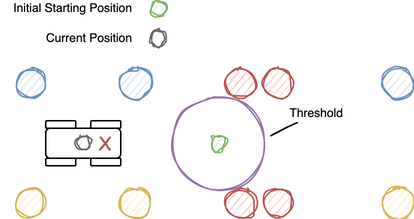
Beomar97/path-planning-docs keeps this draw.io diagram as img/Path_Planner_Start_Finish_Detector_1.png. Above is the earlier version. Source tidied: cells renumbered, new cells last; positions are measured from the earlier drawing's top-left corner, leaving out a move shared by most shapes.
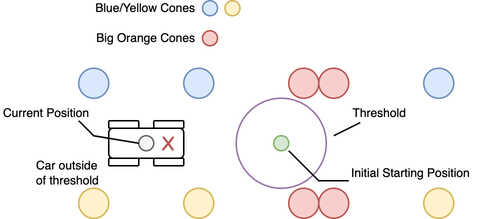
After the change.

Change to the diagram source:
```diff
@@ -2,35 +2,35 @@
   <root>
     <mxCell id="0" />
     <mxCell id="1" parent="0" />
-    <mxCell id="2" style="ellipse;whiteSpace=wrap;html=1;sketch=1;fillColor=#dae8fc;strokeColor=#6c8ebf;fontFamily=Helvetica;" parent="1" vertex="1">
-      <mxGeometry x="255" y="45" width="20" height="20" as="geometry" />
+    <mxCell id="2" style="ellipse;whiteSpace=wrap;html=1;sketch=0;fillColor=none;strokeColor=#9673a6;fontFamily=Helvetica;" parent="1" vertex="1">
+      <mxGeometry x="115" y="65" width="60" height="60" as="geometry" />
     </mxCell>
-    <mxCell id="3" style="ellipse;whiteSpace=wrap;html=1;sketch=1;fillColor=#fff2cc;strokeColor=#d6b656;fontFamily=Helvetica;" parent="1" vertex="1">
-      <mxGeometry x="255" y="125" width="20" height="20" as="geometry" />
+    <mxCell id="3" style="ellipse;whiteSpace=wrap;html=1;sketch=0;fillColor=#dae8fc;strokeColor=#6c8ebf;fontFamily=Helvetica;" parent="1" vertex="1">
+      <mxGeometry x="240" y="45" width="20" height="20" as="geometry" />
     </mxCell>
-    <mxCell id="4" style="ellipse;whiteSpace=wrap;html=1;sketch=1;fillColor=#f8cecc;strokeColor=#b85450;fontFamily=Helvetica;" parent="1" vertex="1">
-      <mxGeometry x="175" y="45" width="20" height="20" as="geometry" />
+    <mxCell id="4" style="ellipse;whiteSpace=wrap;html=1;sketch=0;fillColor=#fff2cc;strokeColor=#d6b656;fontFamily=Helvetica;" parent="1" vertex="1">
+      <mxGeometry x="240" y="125" width="20" height="20" as="geometry" />
     </mxCell>
-    <mxCell id="5" style="ellipse;whiteSpace=wrap;html=1;sketch=1;fillColor=#f8cecc;strokeColor=#b85450;fontFamily=Helvetica;" parent="1" vertex="1">
-      <mxGeometry x="175" y="125" width="20" height="20" as="geometry" />
+    <mxCell id="5" style="ellipse;whiteSpace=wrap;html=1;sketch=0;fillColor=#f8cecc;strokeColor=#b85450;fontFamily=Helvetica;" parent="1" vertex="1">
+      <mxGeometry x="170" y="45" width="20" height="20" as="geometry" />
     </mxCell>
-    <mxCell id="6" style="ellipse;whiteSpace=wrap;html=1;sketch=1;fillColor=#f8cecc;strokeColor=#b85450;fontFamily=Helvetica;" parent="1" vertex="1">
-      <mxGeometry x="150" y="45" width="20" height="20" as="geometry" />
+    <mxCell id="6" style="ellipse;whiteSpace=wrap;html=1;sketch=0;fillColor=#f8cecc;strokeColor=#b85450;fontFamily=Helvetica;" parent="1" vertex="1">
+      <mxGeometry x="170" y="125" width="20" height="20" as="geometry" />
     </mxCell>
-    <mxCell id="7" style="ellipse;whiteSpace=wrap;html=1;sketch=1;fillColor=#f8cecc;strokeColor=#b85450;fontFamily=Helvetica;" parent="1" vertex="1">
-      <mxGeometry x="150" y="125" width="20" height="20" as="geometry" />
+    <mxCell id="7" style="ellipse;whiteSpace=wrap;html=1;sketch=0;fillColor=#f8cecc;strokeColor=#b85450;fontFamily=Helvetica;" parent="1" vertex="1">
+      <mxGeometry x="150" y="45" width="20" height="20" as="geometry" />
     </mxCell>
-    <mxCell id="8" style="ellipse;whiteSpace=wrap;html=1;sketch=1;fillColor=#dae8fc;strokeColor=#6c8ebf;fontFamily=Helvetica;" parent="1" vertex="1">
-      <mxGeometry x="80" y="45" width="20" height="20" as="geometry" />
+    <mxCell id="8" style="ellipse;whiteSpace=wrap;html=1;sketch=0;fillColor=#f8cecc;strokeColor=#b85450;fontFamily=Helvetica;" parent="1" vertex="1">
+      <mxGeometry x="150" y="125" width="20" height="20" as="geometry" />
     </mxCell>
-    <mxCell id="9" style="ellipse;whiteSpace=wrap;html=1;sketch=1;fillColor=#fff2cc;strokeColor=#d6b656;fontFamily=Helvetica;" parent="1" vertex="1">
-      <mxGeometry x="80" y="125" width="20" height="20" as="geometry" />
+    <mxCell id="9" style="ellipse;whiteSpace=wrap;html=1;sketch=0;fillColor=#dae8fc;strokeColor=#6c8ebf;fontFamily=Helvetica;" parent="1" vertex="1">
+      <mxGeometry x="80" y="45" width="20" height="20" as="geometry" />
     </mxCell>
-    <mxCell id="10" style="ellipse;whiteSpace=wrap;html=1;sketch=1;fillColor=#d5e8d4;strokeColor=#82b366;fontFamily=Helvetica;" parent="1" vertex="1">
-      <mxGeometry x="140" y="90" width="10" height="10" as="geometry" />
+    <mxCell id="10" style="ellipse;whiteSpace=wrap;html=1;sketch=0;fillColor=#fff2cc;strokeColor=#d6b656;fontFamily=Helvetica;" parent="1" vertex="1">
+      <mxGeometry x="80" y="125" width="20" height="20" as="geometry" />
     </mxCell>
-    <mxCell id="11" style="ellipse;whiteSpace=wrap;html=1;sketch=1;fillColor=none;strokeColor=#9673a6;fontFamily=Helvetica;" parent="1" vertex="1">
-      <mxGeometry x="115" y="65" width="60" height="60" as="geometry" />
+    <mxCell id="11" style="ellipse;whiteSpace=wrap;html=1;sketch=0;fillColor=#d5e8d4;strokeColor=#82b366;fontFamily=Helvetica;" parent="1" vertex="1">
+      <mxGeometry x="140" y="90" width="10" height="10" as="geometry" />
     </mxCell>
     <mxCell id="12" style="group;" parent="1" vertex="1">
       <mxGeometry x="30" y="80" width="50" height="30" as="geometry" />
@@ -50,37 +50,64 @@
     <mxCell id="17" style="rounded=1;whiteSpace=wrap;html=1;fillColor=none;" parent="12" vertex="1">
       <mxGeometry x="30" y="25" width="20" height="5" as="geometry" />
     </mxCell>
-    <mxCell id="18" style="ellipse;whiteSpace=wrap;html=1;sketch=1;fillColor=#f5f5f5;strokeColor=#666666;fontFamily=Helvetica;fontColor=#333333;" parent="12" vertex="1">
+    <mxCell id="18" style="ellipse;whiteSpace=wrap;html=1;sketch=0;fillColor=#f5f5f5;strokeColor=#666666;fontFamily=Helvetica;fontColor=#333333;" parent="12" vertex="1">
       <mxGeometry x="20" y="10" width="10" height="10" as="geometry" />
     </mxCell>
     <mxCell id="19" value="X" style="text;html=1;strokeColor=none;fillColor=none;align=center;verticalAlign=middle;whiteSpace=wrap;rounded=0;labelBackgroundColor=none;sketch=1;fontFamily=Comic Sans MS;fontColor=#B85450;" parent="12" vertex="1">
       <mxGeometry x="30" y="10" width="20" height="10" as="geometry" />
     </mxCell>
-    <mxCell id="20" style="ellipse;whiteSpace=wrap;html=1;sketch=1;fillColor=#dae8fc;strokeColor=#6c8ebf;fontFamily=Helvetica;" parent="1" vertex="1">
-      <mxGeometry x="10" y="45" width="20" height="20" as="geometry" />
+    <mxCell id="20" style="endArrow=none;html=1;rounded=0;sketch=0;exitX=0.583;exitY=0.583;exitDx=0;exitDy=0;exitPerimeter=0;entryX=0.4;entryY=0.5;entryDx=0;entryDy=0;entryPerimeter=0;" parent="12" edge="1" target="13">
+      <mxGeometry relative="1" as="geometry">
+        <mxPoint x="-20" as="sourcePoint" />
+        <Array as="points">
+          <mxPoint x="-10" y="10" />
+        </Array>
+      </mxGeometry>
     </mxCell>
-    <mxCell id="21" style="ellipse;whiteSpace=wrap;html=1;sketch=1;fillColor=#fff2cc;strokeColor=#d6b656;fontFamily=Helvetica;" parent="1" vertex="1">
-      <mxGeometry x="10" y="125" width="20" height="20" as="geometry" />
+    <mxCell id="21" style="ellipse;whiteSpace=wrap;html=1;sketch=0;fillColor=#dae8fc;strokeColor=#6c8ebf;fontFamily=Helvetica;" parent="1" vertex="1">
+      <mxGeometry x="10" y="45" width="20" height="20" as="geometry" />
     </mxCell>
-    <mxCell id="22" value="Initial Starting Position" style="text;html=1;strokeColor=none;fillColor=none;align=right;verticalAlign=middle;whiteSpace=wrap;rounded=0;fontFamily=Helvetica;fontSize=8;" parent="1" vertex="1">
-      <mxGeometry width="90" height="10" as="geometry" />
+    <mxCell id="22" style="ellipse;whiteSpace=wrap;html=1;sketch=0;fillColor=#fff2cc;strokeColor=#d6b656;fontFamily=Helvetica;" parent="1" vertex="1">
+      <mxGeometry x="10" y="125" width="20" height="20" as="geometry" />
     </mxCell>
-    <mxCell id="23" value="Current Position" style="text;html=1;strokeColor=none;fillColor=none;align=right;verticalAlign=middle;whiteSpace=wrap;rounded=0;fontFamily=Helvetica;fontSize=8;" parent="1" vertex="1">
-      <mxGeometry y="20" width="90" height="10" as="geometry" />
+    <mxCell id="23" value="Blue/Yellow Cones" style="text;html=1;strokeColor=none;fillColor=none;align=right;verticalAlign=middle;whiteSpace=wrap;rounded=0;fontFamily=Helvetica;fontSize=8;" parent="1" vertex="1">
+      <mxGeometry width="90" height="10" as="geometry" />
     </mxCell>
-    <mxCell id="24" style="ellipse;whiteSpace=wrap;html=1;sketch=1;fillColor=#f5f5f5;strokeColor=#666666;fontFamily=Helvetica;fontColor=#333333;" parent="1" vertex="1">
-      <mxGeometry x="100" y="20" width="10" height="10" as="geometry" />
+    <mxCell id="24" value="Big Orange Cones" style="text;html=1;strokeColor=none;fillColor=none;align=right;verticalAlign=middle;whiteSpace=wrap;rounded=0;fontFamily=Helvetica;fontSize=8;" parent="1" vertex="1">
+      <mxGeometry y="20" width="90" height="10" as="geometry" />
     </mxCell>
-    <mxCell id="25" style="ellipse;whiteSpace=wrap;html=1;sketch=1;fillColor=#d5e8d4;strokeColor=#82b366;fontFamily=Helvetica;" parent="1" vertex="1">
-      <mxGeometry x="100" width="10" height="10" as="geometry" />
+    <mxCell id="25" style="ellipse;whiteSpace=wrap;html=1;sketch=0;fillColor=#fff2cc;strokeColor=#d6b656;fontFamily=Helvetica;" parent="1" vertex="1">
+      <mxGeometry x="107.5" width="10" height="10" as="geometry" />
     </mxCell>
-    <mxCell id="26" value="Threshold" style="text;html=1;strokeColor=none;fillColor=none;align=left;verticalAlign=middle;whiteSpace=wrap;rounded=0;fontFamily=Helvetica;fontSize=8;" parent="1" vertex="1">
-      <mxGeometry x="191.5" y="70" width="50" height="10" as="geometry" />
+    <mxCell id="26" style="ellipse;whiteSpace=wrap;html=1;sketch=0;fillColor=#dae8fc;strokeColor=#6c8ebf;fontFamily=Helvetica;" parent="1" vertex="1">
+      <mxGeometry x="92.5" width="10" height="10" as="geometry" />
     </mxCell>
-    <mxCell id="27" style="endArrow=none;html=1;rounded=0;sketch=1;entryX=0.123;entryY=1.124;entryDx=0;entryDy=0;entryPerimeter=0;" parent="1" edge="1" target="26">
-      <mxGeometry relative="1" as="geometry">
-        <mxPoint x="180" y="90" as="sourcePoint" />
-      </mxGeometry>
+    <mxCell id="27" value="Threshold" style="text;html=1;strokeColor=none;fillColor=none;align=left;verticalAlign=middle;whiteSpace=wrap;rounded=0;fontFamily=Helvetica;fontSize=8;" parent="1" vertex="1">
+      <mxGeometry x="191.5" y="70" width="50" height="10" as="geometry" />
     </mxCell>
+    <mxCell id="28" style="endArrow=none;html=1;rounded=0;sketch=0;entryX=0.123;entryY=1.124;entryDx=0;entryDy=0;entryPerimeter=0;" parent="1" edge="1" target="27">
+      <mxGeometry relative="1" as="geometry">
+        <mxPoint x="180" y="90" as="sourcePoint" />
+      </mxGeometry>
+    </mxCell>
+    <mxCell id="29" value="Initial Starting Position" style="text;html=1;strokeColor=none;fillColor=none;align=left;verticalAlign=middle;whiteSpace=wrap;rounded=0;fontFamily=Helvetica;fontSize=8;" parent="1" vertex="1">
+      <mxGeometry x="190" y="110" width="88.5" height="10" as="geometry" />
+    </mxCell>
+    <mxCell id="30" style="endArrow=none;html=1;rounded=0;sketch=0;exitX=0.583;exitY=0.583;exitDx=0;exitDy=0;exitPerimeter=0;entryX=0;entryY=1;entryDx=0;entryDy=0;" parent="1" edge="1" source="2" target="29">
+      <mxGeometry relative="1" as="geometry">
+        <Array as="points">
+          <mxPoint x="170" y="120" />
+        </Array>
+      </mxGeometry>
+    </mxCell>
+    <mxCell id="31" value="Current Position" style="text;html=1;strokeColor=none;fillColor=none;align=left;verticalAlign=middle;whiteSpace=wrap;rounded=0;fontFamily=Helvetica;fontSize=8;" parent="1" vertex="1">
+      <mxGeometry x="-42" y="70" width="68.5" height="10" as="geometry" />
+    </mxCell>
+    <mxCell id="32" style="ellipse;whiteSpace=wrap;html=1;sketch=0;fillColor=#f8cecc;strokeColor=#b85450;fontFamily=Helvetica;" parent="1" vertex="1">
+      <mxGeometry x="92.5" y="20" width="10" height="10" as="geometry" />
+    </mxCell>
+    <mxCell id="33" value="Car outside of threshold" style="text;html=1;strokeColor=none;fillColor=none;align=left;verticalAlign=middle;whiteSpace=wrap;rounded=0;fontFamily=Helvetica;fontSize=8;" parent="1" vertex="1">
+      <mxGeometry x="-20.5" y="110" width="47" height="10" as="geometry" />
+    </mxCell>
   </root>
 </mxGraphModel>
```
